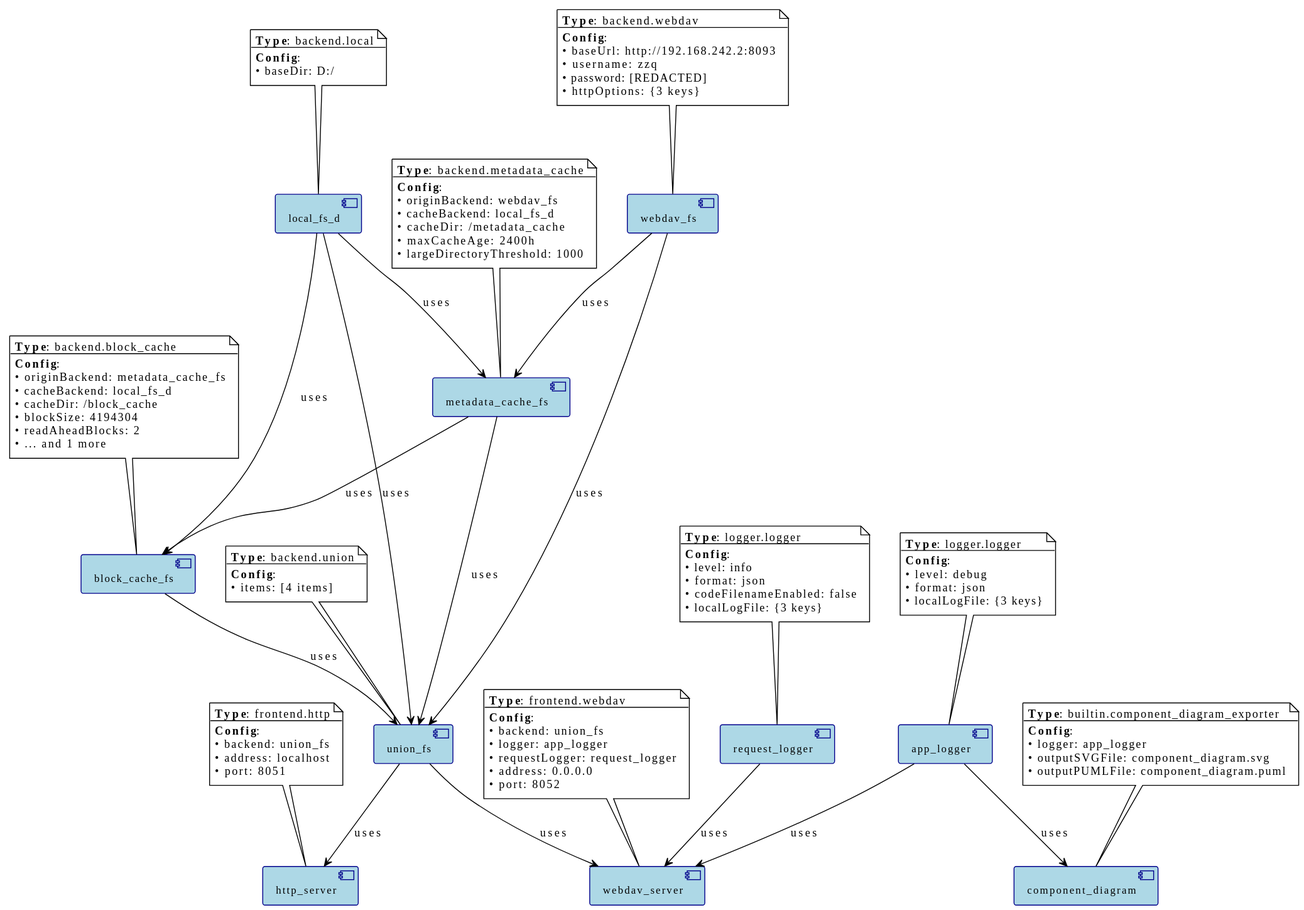
This is bin/component_diagram.svg from zhangzqs/vfs_framework, a PlantUML export, as it was before one commit.
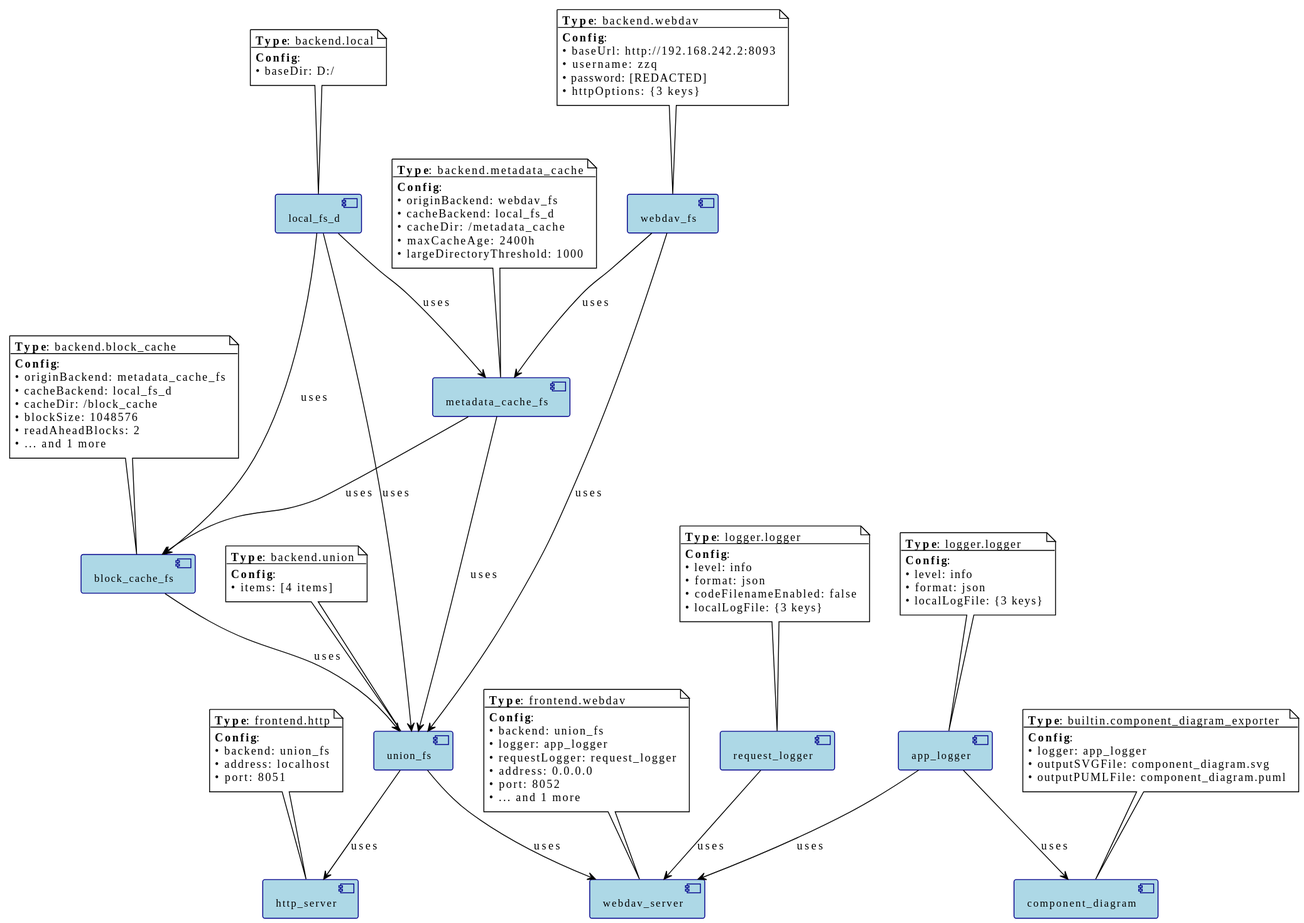
Later version of the same file.

What changed in the source:
```diff
@@ -47,7 +47,7 @@
   • originBackend: metadata_cache_fs
   • cacheBackend: local_fs_d
   • cacheDir: /block_cache
-  • blockSize: 4194304
+  • blockSize: 1048576
   • readAheadBlocks: 2
   • ... and 1 more
 end note
@@ -86,7 +86,7 @@
   **Type**: logger.logger
   --
   **Config**:
-  • level: debug
+  • level: info
   • format: json
   • localLogFile: {3 keys}
 end note
@@ -101,6 +101,7 @@
   • requestLogger: request_logger
   • address: 0.0.0.0
   • port: 8052
+  • ... and 1 more
 end note
 
 component [component_diagram] as component_diagram
```
